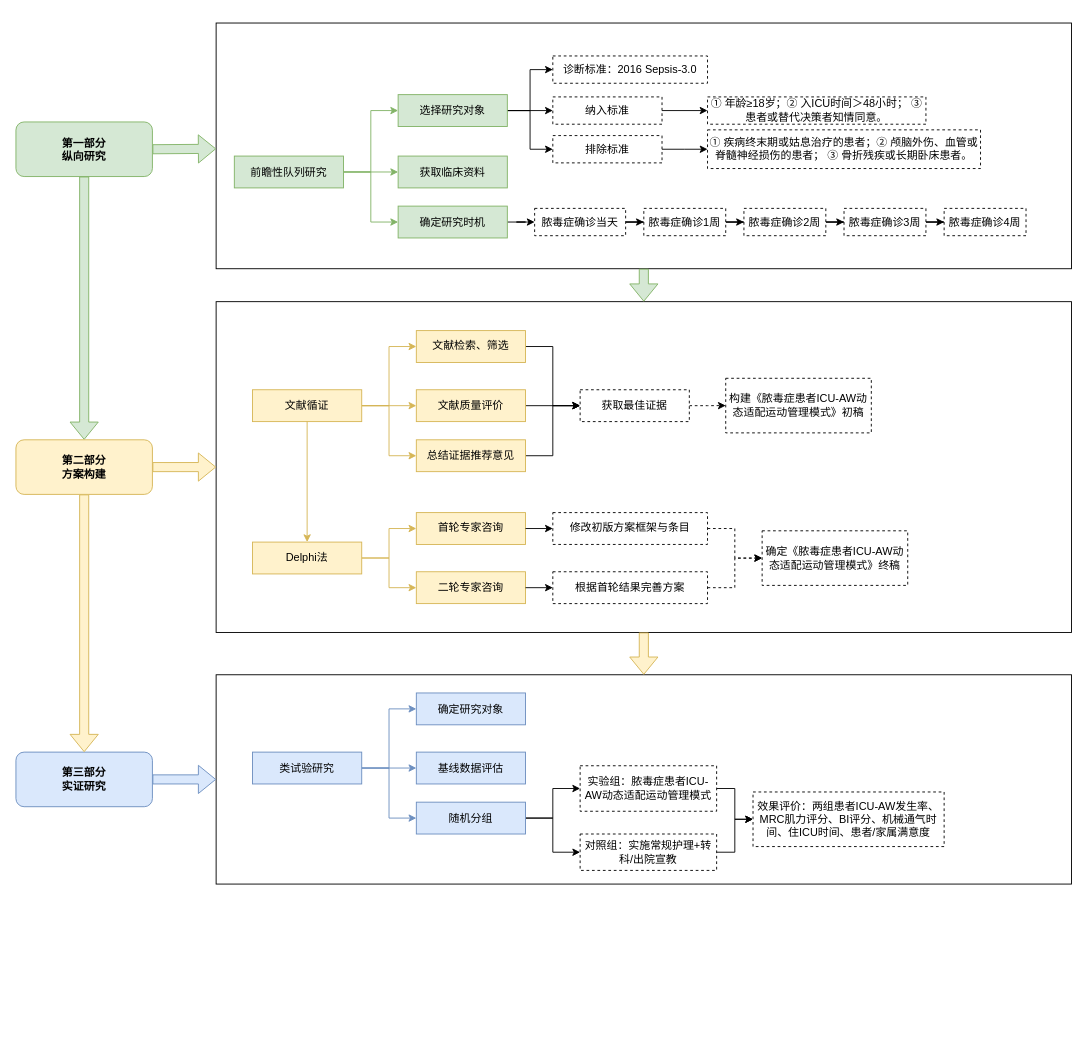
This is 架构图.drawio from p1o2p3u1/draw_io_diagram, a draw.io file, before an edit. Source tidied: cells renumbered, new cells numbered last; positions are measured from the earlier drawing's top-left corner, leaving out a move shared by most shapes. Both pictures are drawn from the tidied source at 91%, with x=0, y=0 at pixel (15, 23).
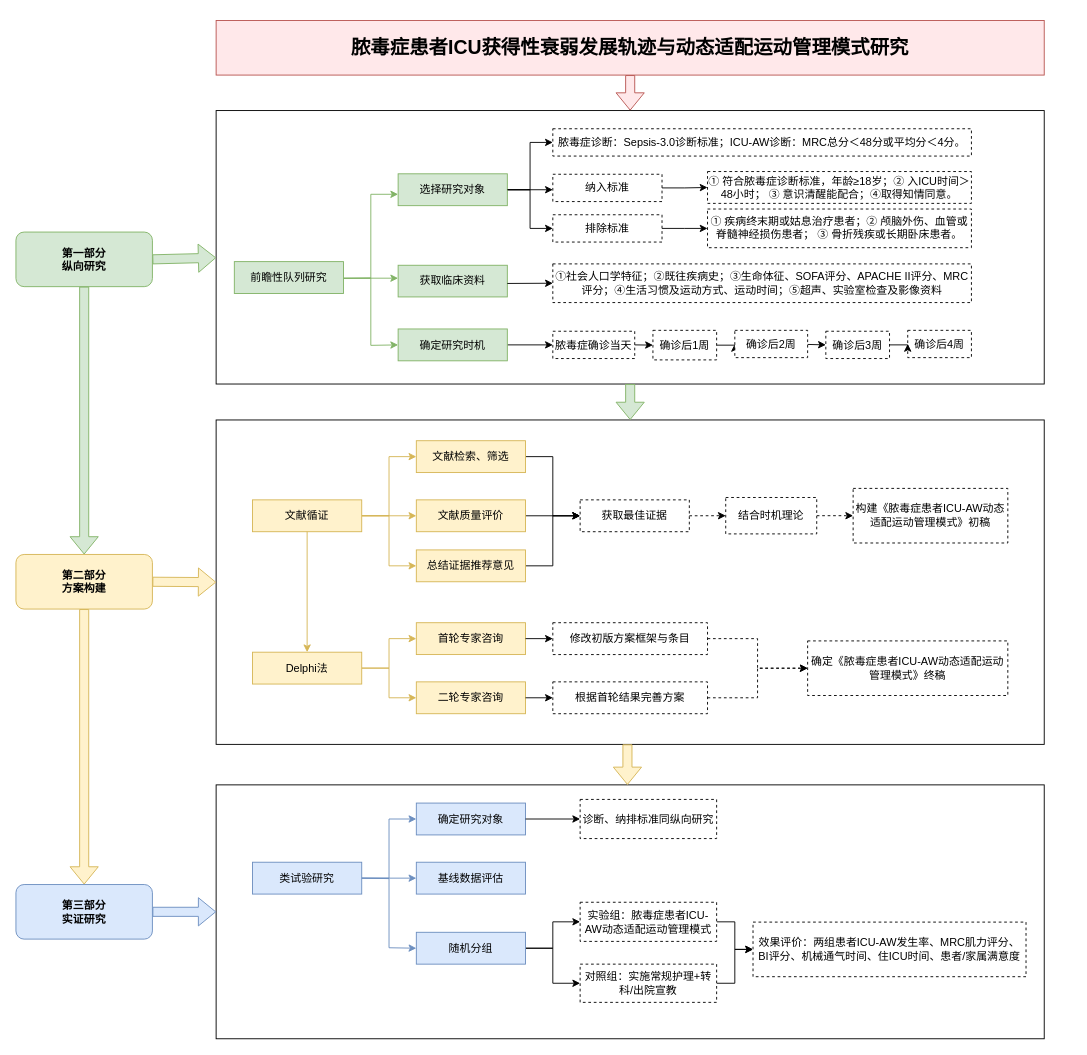
The same diagram, later.

Commit message:
更新技术路线图.drawio

Diff of the diagram source:
```diff
@@
     <mxCell id="2" style="rounded=0;whiteSpace=wrap;html=1;" parent="1" vertex="1">
-      <mxGeometry x="220" y="716" width="940" height="230" as="geometry" />
+      <mxGeometry x="220" y="837" width="910" height="279" as="geometry" />
     </mxCell>
     <mxCell id="3" style="rounded=0;whiteSpace=wrap;html=1;" parent="1" vertex="1">
-      <mxGeometry x="220" y="306" width="940" height="363.5" as="geometry" />
+      <mxGeometry x="220" y="436" width="910" height="356.5" as="geometry" />
     </mxCell>
+    <mxCell id="82" style="edgeStyle=orthogonalEdgeStyle;rounded=0;jettySize=auto;html=1;" parent="1" edge="1" source="4" target="83">
+      <mxGeometry relative="1" as="geometry" />
+    </mxCell>
     <mxCell id="4" style="rounded=0;whiteSpace=wrap;html=1;" parent="1" vertex="1">
-      <mxGeometry x="220" y="-0.2" width="940" height="270" as="geometry" />
+      <mxGeometry x="220" y="96" width="910" height="300.5" as="geometry" />
     </mxCell>
     <mxCell id="5" value="&lt;b&gt;第一部分&lt;/b&gt;&lt;div&gt;&lt;b&gt;纵向研究&lt;/b&gt;&lt;/div&gt;" style="rounded=1;whiteSpace=wrap;html=1;fillColor=#d5e8d4;strokeColor=#82b366;" parent="1" vertex="1">
-      <mxGeometry y="108.5" width="150" height="60" as="geometry" />
+      <mxGeometry y="229.5" width="150" height="60" as="geometry" />
     </mxCell>
-    <mxCell id="6" style="edgeStyle=orthogonalEdgeStyle;rounded=0;jettySize=auto;html=1;entryX=0;entryY=0.5;entryDx=0;entryDy=0;fillColor=#d5e8d4;strokeColor=#82b366;" parent="1" edge="1" source="9" target="13">
-      <mxGeometry relative="1" as="geometry" />
+    <mxCell id="6" style="edgeStyle=orthogonalEdgeStyle;rounded=0;orthogonalLoop=1;jettySize=auto;html=1;entryX=0;entryY=0.5;entryDx=0;entryDy=0;fillColor=#d5e8d4;strokeColor=#82b366;exitX=1;exitY=0.5;exitDx=0;exitDy=0;" parent="1" edge="1">
+      <mxGeometry relative="1" as="geometry">
+        <mxPoint x="360" y="280.2" as="sourcePoint" />
+        <mxPoint x="420" y="188" as="targetPoint" />
+        <Array as="points">
+          <mxPoint x="390" y="280" />
+          <mxPoint x="390" y="188" />
+        </Array>
+      </mxGeometry>
     </mxCell>
-    <mxCell id="7" style="edgeStyle=orthogonalEdgeStyle;rounded=0;jettySize=auto;html=1;entryX=0;entryY=0.5;entryDx=0;entryDy=0;fillColor=#d5e8d4;strokeColor=#82b366;" parent="1" edge="1" source="9" target="14">
-      <mxGeometry relative="1" as="geometry" />
+    <mxCell id="7" style="edgeStyle=orthogonalEdgeStyle;rounded=0;orthogonalLoop=1;jettySize=auto;html=1;entryX=0;entryY=0.5;entryDx=0;entryDy=0;fillColor=#d5e8d4;strokeColor=#82b366;" parent="1" edge="1">
+      <mxGeometry relative="1" as="geometry">
+        <mxPoint x="360" y="280.2" as="sourcePoint" />
+        <mxPoint x="420" y="280.2" as="targetPoint" />
+      </mxGeometry>
     </mxCell>
-    <mxCell id="8" style="edgeStyle=orthogonalEdgeStyle;rounded=0;jettySize=auto;html=1;entryX=0;entryY=0.5;entryDx=0;entryDy=0;fillColor=#d5e8d4;strokeColor=#82b366;" parent="1" edge="1" source="9" target="16">
-      <mxGeometry relative="1" as="geometry" />
-    </mxCell>
     <mxCell id="9" value="前瞻性队列研究" style="rounded=0;whiteSpace=wrap;html=1;fillColor=#d5e8d4;strokeColor=#82b366;" parent="1" vertex="1">
-      <mxGeometry x="240" y="146" width="120" height="35" as="geometry" />
+      <mxGeometry x="240" y="262" width="120" height="35" as="geometry" />
     </mxCell>
@@
-    <mxCell id="11" style="edgeStyle=orthogonalEdgeStyle;rounded=0;jettySize=auto;html=1;entryX=0;entryY=0.5;entryDx=0;entryDy=0;" parent="1" edge="1" source="13" target="63">
-      <mxGeometry relative="1" as="geometry" />
-    </mxCell>
@@
     <mxCell id="13" value="选择研究对象" style="rounded=0;whiteSpace=wrap;html=1;fillColor=#d5e8d4;strokeColor=#82b366;" parent="1" vertex="1">
-      <mxGeometry x="420" y="78.5" width="120" height="35" as="geometry" />
+      <mxGeometry x="420" y="165.5" width="120" height="35" as="geometry" />
     </mxCell>
     <mxCell id="14" value="获取临床资料" style="rounded=0;whiteSpace=wrap;html=1;fillColor=#d5e8d4;strokeColor=#82b366;" parent="1" vertex="1">
-      <mxGeometry x="420" y="146" width="120" height="35" as="geometry" />
+      <mxGeometry x="420" y="266" width="120" height="34.8" as="geometry" />
     </mxCell>
@@
     <mxCell id="16" value="确定研究时机" style="rounded=0;whiteSpace=wrap;html=1;fillColor=#d5e8d4;strokeColor=#82b366;" parent="1" vertex="1">
-      <mxGeometry x="420" y="201" width="120" height="35" as="geometry" />
+      <mxGeometry x="420" y="336" width="120" height="35" as="geometry" />
     </mxCell>
@@
     <mxCell id="18" value="&lt;b&gt;第二部分&lt;/b&gt;&lt;div&gt;&lt;b&gt;方案构建&lt;/b&gt;&lt;/div&gt;" style="rounded=1;whiteSpace=wrap;html=1;fillColor=#fff2cc;strokeColor=#d6b656;fillStyle=auto;" parent="1" vertex="1">
-      <mxGeometry y="457.8" width="150" height="60" as="geometry" />
+      <mxGeometry y="583.8" width="150" height="60" as="geometry" />
     </mxCell>
@@
     <mxCell id="22" value="文献循证" style="rounded=0;whiteSpace=wrap;html=1;fillColor=#fff2cc;strokeColor=#d6b656;" parent="1" vertex="1">
-      <mxGeometry x="260" y="402.8" width="120" height="35" as="geometry" />
+      <mxGeometry x="260" y="523.8" width="120" height="35" as="geometry" />
     </mxCell>
@@
     <mxCell id="24" value="文献检索、筛选" style="rounded=0;whiteSpace=wrap;html=1;fillColor=#fff2cc;strokeColor=#d6b656;" parent="1" vertex="1">
-      <mxGeometry x="440" y="337.8" width="120" height="35" as="geometry" />
+      <mxGeometry x="440" y="458.8" width="120" height="35" as="geometry" />
     </mxCell>
@@
     <mxCell id="26" value="文献质量评价" style="rounded=0;whiteSpace=wrap;html=1;fillColor=#fff2cc;strokeColor=#d6b656;" parent="1" vertex="1">
-      <mxGeometry x="440" y="402.8" width="120" height="35" as="geometry" />
+      <mxGeometry x="440" y="523.8" width="120" height="35" as="geometry" />
     </mxCell>
@@
     <mxCell id="28" value="总结证据推荐意见" style="rounded=0;whiteSpace=wrap;html=1;fillColor=#fff2cc;strokeColor=#d6b656;" parent="1" vertex="1">
-      <mxGeometry x="440" y="457.8" width="120" height="35" as="geometry" />
+      <mxGeometry x="440" y="578.8" width="120" height="35" as="geometry" />
     </mxCell>
@@
     <mxCell id="31" value="Delphi法" style="rounded=0;whiteSpace=wrap;html=1;fillColor=#fff2cc;strokeColor=#d6b656;" parent="1" vertex="1">
-      <mxGeometry x="260" y="570.2" width="120" height="35" as="geometry" />
+      <mxGeometry x="260" y="691.2" width="120" height="35" as="geometry" />
     </mxCell>
     <mxCell id="32" value="首轮专家咨询" style="rounded=0;whiteSpace=wrap;html=1;fillColor=#fff2cc;strokeColor=#d6b656;" parent="1" vertex="1">
-      <mxGeometry x="440" y="537.8" width="120" height="35" as="geometry" />
+      <mxGeometry x="440" y="658.8" width="120" height="35" as="geometry" />
     </mxCell>
     <mxCell id="33" value="二轮专家咨询" style="rounded=0;whiteSpace=wrap;html=1;fillColor=#fff2cc;strokeColor=#d6b656;" parent="1" vertex="1">
-      <mxGeometry x="440" y="602.8" width="120" height="35" as="geometry" />
+      <mxGeometry x="440" y="723.8" width="120" height="35" as="geometry" />
     </mxCell>
@@
     <mxCell id="35" value="&lt;b&gt;第三部分&lt;/b&gt;&lt;div&gt;&lt;b&gt;实证研究&lt;/b&gt;&lt;/div&gt;" style="rounded=1;whiteSpace=wrap;html=1;fillColor=#dae8fc;strokeColor=#6c8ebf;" parent="1" vertex="1">
-      <mxGeometry y="801" width="150" height="60" as="geometry" />
+      <mxGeometry y="946.5" width="150" height="60" as="geometry" />
     </mxCell>
@@
-    <mxCell id="38" style="edgeStyle=orthogonalEdgeStyle;rounded=0;jettySize=auto;html=1;entryX=0;entryY=0.5;entryDx=0;entryDy=0;fillColor=#dae8fc;strokeColor=#6c8ebf;" parent="1" edge="1" source="40" target="42">
-      <mxGeometry relative="1" as="geometry" />
+    <mxCell id="38" style="edgeStyle=orthogonalEdgeStyle;rounded=0;orthogonalLoop=1;jettySize=auto;html=1;entryX=0;entryY=0.5;entryDx=0;entryDy=0;fillColor=#dae8fc;strokeColor=#6c8ebf;" parent="1" edge="1">
+      <mxGeometry relative="1" as="geometry">
+        <mxPoint x="380" y="939.5" as="sourcePoint" />
+        <mxPoint x="440" y="939.5" as="targetPoint" />
+      </mxGeometry>
     </mxCell>
-    <mxCell id="39" style="edgeStyle=orthogonalEdgeStyle;rounded=0;jettySize=auto;html=1;entryX=0;entryY=0.5;entryDx=0;entryDy=0;fillColor=#dae8fc;strokeColor=#6c8ebf;" parent="1" edge="1" source="40" target="45">
-      <mxGeometry relative="1" as="geometry" />
-    </mxCell>
     <mxCell id="40" value="类试验研究" style="rounded=0;whiteSpace=wrap;html=1;fillColor=#dae8fc;strokeColor=#6c8ebf;" parent="1" vertex="1">
-      <mxGeometry x="260" y="801" width="120" height="35" as="geometry" />
+      <mxGeometry x="260" y="922" width="120" height="35" as="geometry" />
     </mxCell>
     <mxCell id="41" value="确定研究对象" style="rounded=0;whiteSpace=wrap;html=1;fillColor=#dae8fc;strokeColor=#6c8ebf;" parent="1" vertex="1">
-      <mxGeometry x="440" y="736" width="120" height="35" as="geometry" />
+      <mxGeometry x="440" y="857" width="120" height="35" as="geometry" />
     </mxCell>
     <mxCell id="42" value="基线数据评估" style="rounded=0;whiteSpace=wrap;html=1;fillColor=#dae8fc;strokeColor=#6c8ebf;" parent="1" vertex="1">
-      <mxGeometry x="440" y="801" width="120" height="35" as="geometry" />
+      <mxGeometry x="440" y="922" width="120" height="35" as="geometry" />
     </mxCell>
@@
     <mxCell id="45" value="随机分组" style="rounded=0;whiteSpace=wrap;html=1;fillColor=#dae8fc;strokeColor=#6c8ebf;" parent="1" vertex="1">
-      <mxGeometry x="440" y="856" width="120" height="35" as="geometry" />
+      <mxGeometry x="440" y="999" width="120" height="35" as="geometry" />
     </mxCell>
@@
     <mxCell id="47" value="实验组：脓毒症患者ICU-AW动态适配运动管理模式" style="rounded=0;whiteSpace=wrap;html=1;dashed=1;" parent="1" vertex="1">
-      <mxGeometry x="620" y="816" width="150" height="50" as="geometry" />
+      <mxGeometry x="620" y="966" width="150" height="43" as="geometry" />
     </mxCell>
@@
     <mxCell id="49" value="对照组：实施常规护理+转科/出院宣教" style="rounded=0;whiteSpace=wrap;html=1;dashed=1;" parent="1" vertex="1">
-      <mxGeometry x="620" y="891" width="150" height="40" as="geometry" />
+      <mxGeometry x="620" y="1034" width="150" height="42" as="geometry" />
     </mxCell>
     <mxCell id="50" value="效果评价：两组患者ICU-AW发生率、MRC肌力评分、BI评分、机械通气时间、住ICU时间、患者/家属满意度" style="rounded=0;whiteSpace=wrap;html=1;dashed=1;" parent="1" vertex="1">
-      <mxGeometry x="810" y="844.8" width="210" height="60" as="geometry" />
+      <mxGeometry x="810" y="987.8" width="300" height="60" as="geometry" />
     </mxCell>
-    <mxCell id="51" style="edgeStyle=orthogonalEdgeStyle;rounded=0;jettySize=auto;html=1;dashed=1;" parent="1" edge="1" source="52" target="53">
-      <mxGeometry relative="1" as="geometry" />
-    </mxCell>
     <mxCell id="52" value="获取最佳证据" style="rounded=0;whiteSpace=wrap;html=1;dashed=1;" parent="1" vertex="1">
-      <mxGeometry x="620" y="402.8" width="120" height="35" as="geometry" />
+      <mxGeometry x="620" y="523.8" width="120" height="35" as="geometry" />
     </mxCell>
     <mxCell id="53" value="构建《脓毒症患者ICU-AW动态适配运动管理模式》初稿" style="rounded=0;whiteSpace=wrap;html=1;dashed=1;" parent="1" vertex="1">
-      <mxGeometry x="780" y="390.2" width="160" height="60" as="geometry" />
+      <mxGeometry x="920" y="511.2" width="170" height="60" as="geometry" />
     </mxCell>
@@
     <mxCell id="55" value="修改初版方案框架与条目" style="rounded=0;whiteSpace=wrap;html=1;dashed=1;" parent="1" vertex="1">
-      <mxGeometry x="590" y="537.8" width="170" height="35" as="geometry" />
+      <mxGeometry x="590" y="658.8" width="170" height="35" as="geometry" />
     </mxCell>
@@
     <mxCell id="57" value="根据首轮结果完善方案" style="rounded=0;whiteSpace=wrap;html=1;dashed=1;" parent="1" vertex="1">
-      <mxGeometry x="590" y="602.8" width="170" height="35" as="geometry" />
+      <mxGeometry x="590" y="723.8" width="170" height="35" as="geometry" />
     </mxCell>
     <mxCell id="58" value="确定《脓毒症患者ICU-AW动态适配运动管理模式》终稿" style="rounded=0;whiteSpace=wrap;html=1;dashed=1;" parent="1" vertex="1">
-      <mxGeometry x="820" y="557.8" width="160" height="60" as="geometry" />
+      <mxGeometry x="870" y="678.8" width="220" height="60" as="geometry" />
     </mxCell>
@@
-    <mxCell id="61" value="诊断标准：2016 Sepsis-3.0" style="rounded=0;whiteSpace=wrap;html=1;dashed=1;" parent="1" vertex="1">
-      <mxGeometry x="590" y="36" width="170" height="30" as="geometry" />
+    <mxCell id="61" value="脓毒症诊断：Sepsis-3.0诊断标准；ICU-AW诊断：MRC总分＜48分或平均分＜4分。" style="rounded=0;whiteSpace=wrap;html=1;dashed=1;" parent="1" vertex="1">
+      <mxGeometry x="590" y="116" width="460" height="30" as="geometry" />
     </mxCell>
@@
     <mxCell id="63" value="纳入标准" style="rounded=0;whiteSpace=wrap;html=1;dashed=1;" parent="1" vertex="1">
-      <mxGeometry x="590" y="81" width="120" height="30" as="geometry" />
+      <mxGeometry x="590" y="166" width="120" height="30" as="geometry" />
     </mxCell>
@@
     <mxCell id="65" value="排除标准" style="rounded=0;whiteSpace=wrap;html=1;dashed=1;" parent="1" vertex="1">
-      <mxGeometry x="590" y="123.5" width="120" height="30" as="geometry" />
+      <mxGeometry x="590" y="210.5" width="120" height="30" as="geometry" />
     </mxCell>
-    <mxCell id="66" value="① 年龄≥18岁；② 入ICU时间＞48小时； ③ 患者或替代决策者知情同意。" style="rounded=0;whiteSpace=wrap;html=1;dashed=1;" parent="1" vertex="1">
-      <mxGeometry x="760" y="81" width="240" height="30" as="geometry" />
+    <mxCell id="66" value="① 符合脓毒症诊断标准，年龄≥18岁；② 入ICU时间＞48小时； ③ 意识清醒能配合；④取得知情同意。" style="rounded=0;whiteSpace=wrap;html=1;dashed=1;" parent="1" vertex="1">
+      <mxGeometry x="760" y="163" width="290" height="35" as="geometry" />
     </mxCell>
-    <mxCell id="67" value="① 疾病终末期或姑息治疗的患者；② 颅脑外伤、血管或脊髓神经损伤的患者； ③ 骨折残疾或长期卧床患者。" style="rounded=0;whiteSpace=wrap;html=1;dashed=1;" parent="1" vertex="1">
-      <mxGeometry x="760" y="117.2" width="300" height="42.5" as="geometry" />
+    <mxCell id="67" value="① 疾病终末期或姑息治疗患者；② 颅脑外伤、血管或脊髓神经损伤患者； ③ 骨折残疾或长期卧床患者。" style="rounded=0;whiteSpace=wrap;html=1;dashed=1;" parent="1" vertex="1">
+      <mxGeometry x="760" y="204.2" width="290" height="42.5" as="geometry" />
     </mxCell>
-    <mxCell id="68" style="edgeStyle=orthogonalEdgeStyle;rounded=0;jettySize=auto;html=1;" parent="1" edge="1" source="69" target="71">
-      <mxGeometry relative="1" as="geometry" />
-    </mxCell>
     <mxCell id="69" value="脓毒症确诊当天" style="rounded=0;whiteSpace=wrap;html=1;dashed=1;" parent="1" vertex="1">
-      <mxGeometry x="570" y="203.5" width="100" height="30" as="geometry" />
+      <mxGeometry x="590" y="338.5" width="90" height="30" as="geometry" />
     </mxCell>
@@
-    <mxCell id="71" value="脓毒症确诊1周" style="rounded=0;whiteSpace=wrap;html=1;dashed=1;" parent="1" vertex="1">
-      <mxGeometry x="690" y="203.5" width="90" height="30" as="geometry" />
+    <mxCell id="71" value="确诊后1周" style="rounded=0;whiteSpace=wrap;html=1;dashed=1;" parent="1" vertex="1">
+      <mxGeometry x="700" y="337.5" width="70" height="32.5" as="geometry" />
     </mxCell>
-    <mxCell id="72" style="edgeStyle=orthogonalEdgeStyle;rounded=0;jettySize=auto;html=1;" parent="1" edge="1" source="73" target="75">
-      <mxGeometry relative="1" as="geometry" />
-    </mxCell>
-    <mxCell id="73" value="脓毒症确诊2周" style="rounded=0;whiteSpace=wrap;html=1;dashed=1;" parent="1" vertex="1">
-      <mxGeometry x="800" y="203.5" width="90" height="30" as="geometry" />
+    <mxCell id="73" value="确诊后2周" style="rounded=0;whiteSpace=wrap;html=1;dashed=1;" parent="1" vertex="1">
+      <mxGeometry x="790" y="337.5" width="80" height="30" as="geometry" />
     </mxCell>
-    <mxCell id="74" style="edgeStyle=orthogonalEdgeStyle;rounded=0;jettySize=auto;html=1;" parent="1" edge="1" source="75" target="76">
-      <mxGeometry relative="1" as="geometry" />
-    </mxCell>
-    <mxCell id="75" value="脓毒症确诊3周" style="rounded=0;whiteSpace=wrap;html=1;dashed=1;" parent="1" vertex="1">
-      <mxGeometry x="910" y="203.5" width="90" height="30" as="geometry" />
-    </mxCell>
-    <mxCell id="76" value="脓毒症确诊4周" style="rounded=0;whiteSpace=wrap;html=1;dashed=1;" parent="1" vertex="1">
-      <mxGeometry x="1020" y="203.5" width="90" height="30" as="geometry" />
+    <mxCell id="76" value="确诊后4周" style="rounded=0;whiteSpace=wrap;html=1;dashed=1;" parent="1" vertex="1">
+      <mxGeometry x="980" y="337.5" width="70" height="30" as="geometry" />
     </mxCell>
@@
-    <mxCell id="81" style="shape=flexArrow;endArrow=classic;html=1;rounded=0;exitX=0.5;exitY=1;exitDx=0;exitDy=0;fillColor=#fff2cc;strokeColor=#d6b656;" parent="1" edge="1" source="3" target="2">
-      <mxGeometry relative="1" as="geometry" />
+    <mxCell id="81" style="shape=flexArrow;endArrow=classic;html=1;rounded=0;exitX=0.5;exitY=1;exitDx=0;exitDy=0;fillColor=#fff2cc;strokeColor=#d6b656;" parent="1" edge="1">
+      <mxGeometry relative="1" as="geometry">
+        <mxPoint x="672" y="792.5" as="sourcePoint" />
+        <mxPoint x="672" y="837" as="targetPoint" />
+      </mxGeometry>
     </mxCell>
+    <mxCell id="83" value="&lt;h2 style=&quot;margin-top: 13pt; margin-bottom: 13pt; break-after: avoid; line-height: 36.6933px; font-family: Arial; font-size: 16pt;&quot; align=&quot;center&quot;&gt;&lt;b&gt;&lt;font face=&quot;仿宋&quot;&gt;脓毒症患者&lt;/font&gt;ICU&lt;font face=&quot;仿宋&quot;&gt;获得性衰弱发展轨迹与动态适配运动管理模式&lt;/font&gt;&lt;/b&gt;&lt;b&gt;&lt;span style=&quot;font-family: &amp;quot;Times New Roman Regular&amp;quot;; font-size: 16pt;&quot;&gt;&lt;font face=&quot;仿宋&quot;&gt;研究&lt;/font&gt;&lt;/span&gt;&lt;/b&gt;&lt;b&gt;&lt;span style=&quot;font-family: &amp;quot;Times New Roman Regular&amp;quot;; font-size: 16pt;&quot;&gt;&lt;/span&gt;&lt;/b&gt;&lt;/h2&gt;" style="rounded=0;whiteSpace=wrap;html=1;fillColor=#FFE8EA;strokeColor=#b85450;" parent="1" vertex="1">
+      <mxGeometry x="220" y="-3" width="910" height="60" as="geometry" />
+    </mxCell>
+    <mxCell id="84" style="shape=flexArrow;endArrow=classic;html=1;rounded=0;fillColor=#FFE8EA;strokeColor=#b85450;entryX=0.5;entryY=0;entryDx=0;entryDy=0;exitX=0.5;exitY=1;exitDx=0;exitDy=0;" parent="1" edge="1" source="83">
+      <mxGeometry relative="1" as="geometry">
+        <mxPoint x="675" y="96" as="targetPoint" />
+      </mxGeometry>
+    </mxCell>
+    <mxCell id="85" value="①社会人口学特征；②&lt;font face=&quot;仿宋&quot;&gt;既往疾病史；③生命体征、SOFA评分、APACHE II评分、MRC评分；④生活习惯及运动方式、运动时间；⑤超声、实验室检查及影像资料&lt;/font&gt;" style="rounded=0;whiteSpace=wrap;html=1;dashed=1;" parent="1" vertex="1">
+      <mxGeometry x="590" y="264.5" width="460" height="42.5" as="geometry" />
+    </mxCell>
+    <mxCell id="68" style="endArrow=classic;html=1;rounded=0;exitX=1;exitY=0.5;exitDx=0;exitDy=0;entryX=0;entryY=0.5;entryDx=0;entryDy=0;" parent="1" edge="1" source="69" target="71">
+      <mxGeometry relative="1" as="geometry" />
+    </mxCell>
+    <mxCell id="86" style="edgeStyle=orthogonalEdgeStyle;rounded=0;jettySize=auto;html=1;" parent="1" edge="1" source="87">
+      <mxGeometry relative="1" as="geometry">
+        <mxPoint x="980" y="352" as="targetPoint" />
+      </mxGeometry>
+    </mxCell>
+    <mxCell id="87" value="确诊后3周" style="rounded=0;whiteSpace=wrap;html=1;dashed=1;" parent="1" vertex="1">
+      <mxGeometry x="890" y="338.5" width="70" height="30" as="geometry" />
+    </mxCell>
+    <mxCell id="88" style="endArrow=classic;html=1;rounded=0;exitX=1;exitY=0.5;exitDx=0;exitDy=0;entryX=0;entryY=0.5;entryDx=0;entryDy=0;fillColor=#d5e8d4;strokeColor=#82b366;" parent="1" edge="1">
+      <mxGeometry relative="1" as="geometry">
+        <mxPoint x="360" y="280.5" as="sourcePoint" />
+        <mxPoint x="420" y="353.5" as="targetPoint" />
+        <Array as="points">
+          <mxPoint x="390" y="280" />
+          <mxPoint x="390" y="354" />
+        </Array>
+      </mxGeometry>
+    </mxCell>
+    <mxCell id="89" style="endArrow=classic;html=1;rounded=0;entryX=0;entryY=0.5;entryDx=0;entryDy=0;" parent="1" edge="1" target="85">
+      <mxGeometry relative="1" as="geometry">
+        <mxPoint x="540" y="286" as="sourcePoint" />
+      </mxGeometry>
+    </mxCell>
+    <mxCell id="90" style="edgeStyle=orthogonalEdgeStyle;rounded=0;jettySize=auto;html=1;exitX=1;exitY=0.5;exitDx=0;exitDy=0;entryX=0;entryY=0.5;entryDx=0;entryDy=0;dashed=1;" parent="1" edge="1" source="91" target="53">
+      <mxGeometry relative="1" as="geometry" />
+    </mxCell>
+    <mxCell id="91" value="结合时机理论" style="rounded=0;whiteSpace=wrap;html=1;dashed=1;" parent="1" vertex="1">
+      <mxGeometry x="780" y="521.2" width="100" height="40" as="geometry" />
+    </mxCell>
+    <mxCell id="92" style="endArrow=classic;html=1;rounded=0;entryX=0;entryY=0.5;entryDx=0;entryDy=0;exitX=1;exitY=0.5;exitDx=0;exitDy=0;dashed=1;" parent="1" edge="1" source="52" target="91">
+      <mxGeometry relative="1" as="geometry" />
+    </mxCell>
+    <mxCell id="93" style="endArrow=classic;html=1;rounded=0;entryX=0;entryY=0.5;entryDx=0;entryDy=0;" parent="1" edge="1">
+      <mxGeometry relative="1" as="geometry">
+        <mxPoint x="540" y="183" as="sourcePoint" />
+        <mxPoint x="590" y="183" as="targetPoint" />
+      </mxGeometry>
+    </mxCell>
+    <mxCell id="94" value="诊断、纳排标准同纵向研究" style="rounded=0;whiteSpace=wrap;html=1;dashed=1;" parent="1" vertex="1">
+      <mxGeometry x="620" y="853" width="150" height="43" as="geometry" />
+    </mxCell>
+    <mxCell id="95" style="endArrow=classic;html=1;rounded=0;exitX=1;exitY=0.5;exitDx=0;exitDy=0;entryX=0;entryY=0.5;entryDx=0;entryDy=0;" parent="1" edge="1" source="41" target="94">
+      <mxGeometry relative="1" as="geometry" />
+    </mxCell>
+    <mxCell id="39" style="endArrow=classic;html=1;rounded=0;exitX=1;exitY=0.5;exitDx=0;exitDy=0;entryX=0;entryY=0.5;entryDx=0;entryDy=0;fillColor=#dae8fc;strokeColor=#6c8ebf;" parent="1" edge="1" source="40" target="45">
+      <mxGeometry relative="1" as="geometry">
+        <Array as="points">
+          <mxPoint x="410" y="940" />
+          <mxPoint x="410" y="1016" />
+        </Array>
+      </mxGeometry>
+    </mxCell>
+    <mxCell id="96" style="endArrow=classic;html=1;rounded=0;entryX=0;entryY=0.5;entryDx=0;entryDy=0;" parent="1" edge="1" target="87">
+      <mxGeometry relative="1" as="geometry">
+        <mxPoint x="870" y="353" as="sourcePoint" />
+      </mxGeometry>
+    </mxCell>
```
